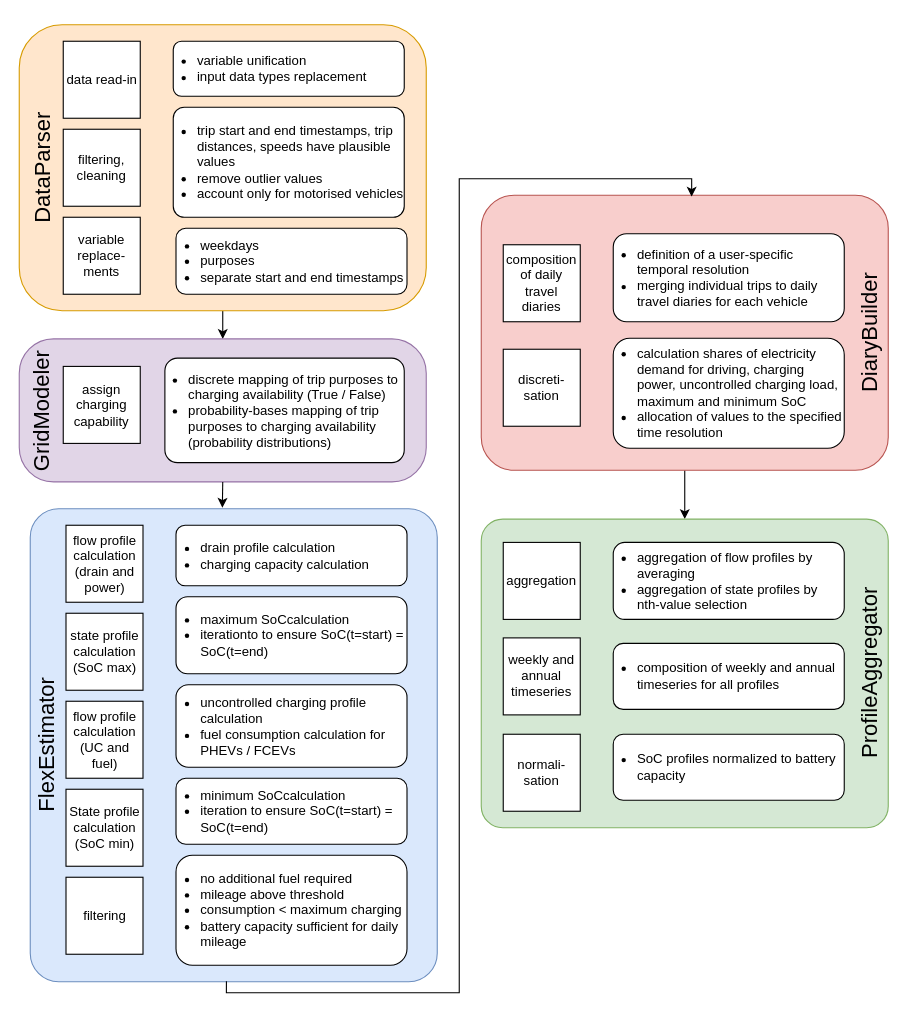
Before: docs/figures/new_vencoPy_structure.drawio in areleu/vencopy, a draw.io diagram. Source tidied: cells renumbered, new cells numbered last; positions are measured from the earlier drawing's top-left corner, leaving out a move shared by most shapes. Both pictures are drawn from the tidied source at 110%, with x=0, y=0 at pixel (-190, 24).
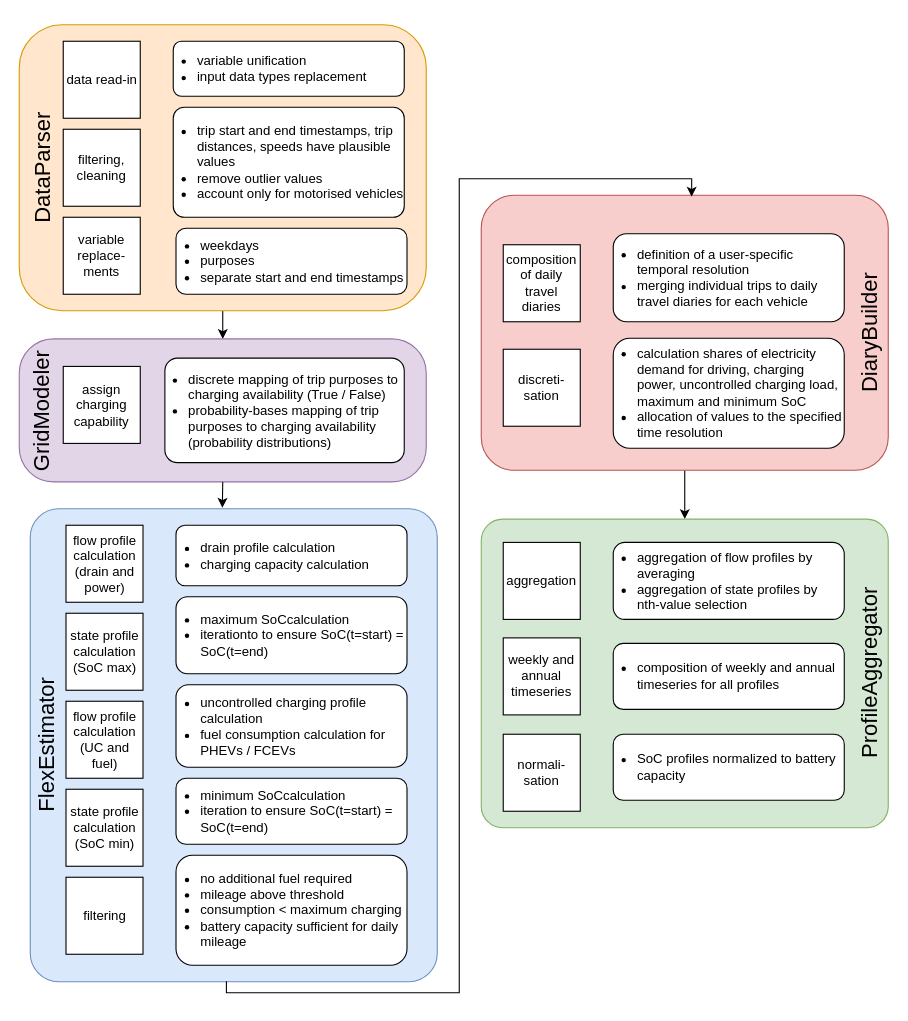
The same page after the edit.

Commit message (it also covers changes not shown here):
updates schemas structure

Diff of the diagram source:
```diff
@@
-    <mxCell id="28" value="State profile calculation (SoC min)" style="whiteSpace=wrap;html=1;" parent="1" vertex="1">
+    <mxCell id="28" value="state profile calculation (SoC min)" style="whiteSpace=wrap;html=1;" parent="1" vertex="1">
       <mxGeometry x="232.5" y="695" width="70" height="70" as="geometry" />
     </mxCell>
```
